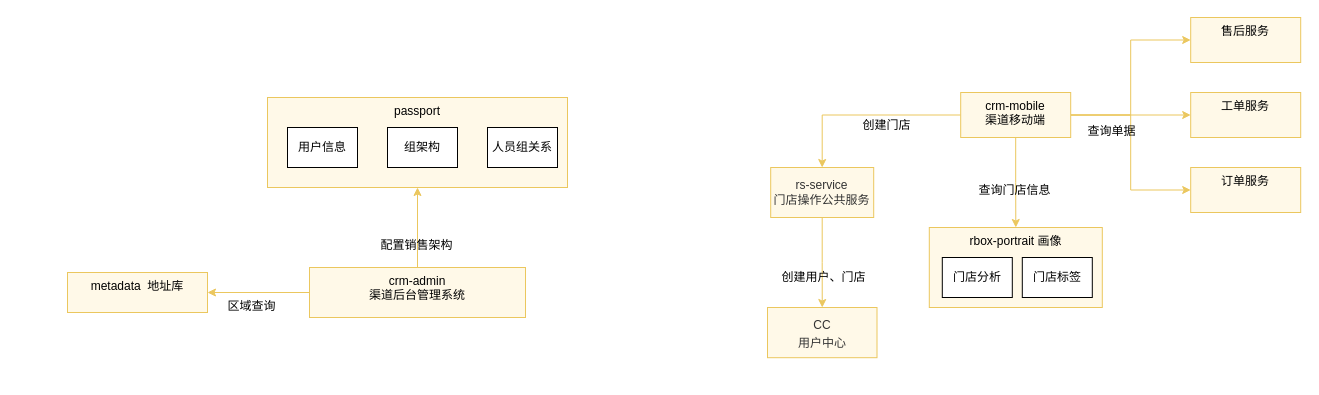
This is 未命名绘图.drawio from shixiaoding/draw, a draw.io file, before an edit. Source tidied: cells renumbered, new cells numbered last; positions are measured from the earlier drawing's top-left corner, leaving out a move shared by most shapes. Both pictures are drawn from the tidied source at 100%, with x=0, y=0 at pixel (67, 17).
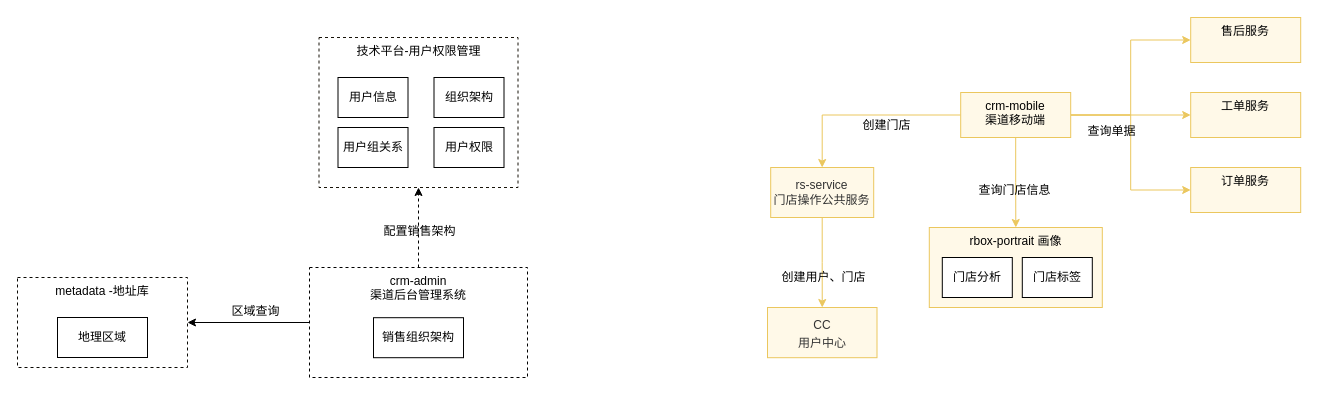
The same page after the edit.

Commit message (it also covers changes not shown here):
更新未命名绘图.drawio

Diff of the diagram source:
```diff
@@
-    <mxCell id="2" style="edgeStyle=orthogonalEdgeStyle;rounded=0;jettySize=auto;html=1;entryX=0.5;entryY=1;entryDx=0;entryDy=0;strokeColor=#EBC75E;align=center;verticalAlign=top;fontFamily=Helvetica;fontSize=12;fontColor=default;labelBackgroundColor=none;endArrow=classic;fillColor=#FFF9E8;" parent="1" edge="1" source="6" target="7">
+    <mxCell id="2" style="edgeStyle=orthogonalEdgeStyle;rounded=0;jettySize=auto;html=1;entryX=0.5;entryY=1;entryDx=0;entryDy=0;strokeColor=#000000;align=center;verticalAlign=top;fontFamily=Helvetica;fontSize=12;fontColor=default;labelBackgroundColor=none;endArrow=classic;fillColor=#FFF9E8;dashed=1;" parent="1" edge="1" source="6" target="7">
       <mxGeometry relative="1" as="geometry" />
     </mxCell>
     <mxCell id="3" value="配置销售架构" style="edgeLabel;html=1;align=center;verticalAlign=top;rounded=0;strokeColor=#EBC75E;fontFamily=Helvetica;fontSize=12;fontColor=default;labelBackgroundColor=none;fillColor=#FFF9E8;" parent="2" vertex="1">
-      <mxGeometry x="-0.09" y="2" relative="1" as="geometry" />
+      <mxGeometry x="-0.09" y="2" relative="1" as="geometry">
+        <mxPoint x="2" y="-14" as="offset" />
+      </mxGeometry>
     </mxCell>
-    <mxCell id="4" style="edgeStyle=orthogonalEdgeStyle;rounded=0;jettySize=auto;html=1;entryX=1;entryY=0.5;entryDx=0;entryDy=0;strokeColor=#EBC75E;align=center;verticalAlign=top;fontFamily=Helvetica;fontSize=12;fontColor=default;labelBackgroundColor=none;endArrow=classic;fillColor=#FFF9E8;" parent="1" edge="1" source="6" target="24">
+    <mxCell id="4" style="edgeStyle=orthogonalEdgeStyle;rounded=0;jettySize=auto;html=1;entryX=1;entryY=0.5;entryDx=0;entryDy=0;strokeColor=#000000;align=center;verticalAlign=top;fontFamily=Helvetica;fontSize=12;fontColor=default;labelBackgroundColor=none;endArrow=classic;fillColor=#FFF9E8;" parent="1" edge="1" source="6" target="24">
       <mxGeometry relative="1" as="geometry" />
     </mxCell>
     <mxCell id="5" value="区域查询" style="edgeLabel;html=1;align=center;verticalAlign=top;rounded=0;strokeColor=#EBC75E;fontFamily=Helvetica;fontSize=12;fontColor=default;labelBackgroundColor=none;fillColor=#FFF9E8;" parent="4" vertex="1">
       <mxGeometry x="-0.14" y="3" relative="1" as="geometry">
-        <mxPoint x="-15" y="-3" as="offset" />
+        <mxPoint x="-3" y="-28" as="offset" />
       </mxGeometry>
     </mxCell>
-    <mxCell id="6" value="crm-admin &lt;br&gt;渠道后台管理系统" style="rounded=0;whiteSpace=wrap;html=1;labelBackgroundColor=none;fillColor=#FFF9E8;strokeColor=#EBC75E;align=center;verticalAlign=top;fontFamily=Helvetica;fontSize=12;fontColor=default;" parent="1" vertex="1">
-      <mxGeometry x="242" y="250" width="216" height="50" as="geometry" />
+    <mxCell id="6" value="crm-admin &lt;br&gt;渠道后台管理系统" style="rounded=0;whiteSpace=wrap;html=1;labelBackgroundColor=none;fillColor=none;strokeColor=default;align=center;verticalAlign=top;fontFamily=Helvetica;fontSize=12;fontColor=default;dashed=1;" parent="1" vertex="1">
+      <mxGeometry x="242" y="250" width="218" height="110" as="geometry" />
     </mxCell>
-    <mxCell id="7" value="passport" style="rounded=0;whiteSpace=wrap;html=1;labelBackgroundColor=none;fillColor=#FFF9E8;strokeColor=#EBC75E;verticalAlign=top;" parent="1" vertex="1">
-      <mxGeometry x="200" y="80" width="300" height="90" as="geometry" />
-    </mxCell>
@@
-    <mxCell id="21" value="用户信息" style="rounded=0;whiteSpace=wrap;html=1;" parent="1" vertex="1">
-      <mxGeometry x="220" y="110" width="70" height="40" as="geometry" />
-    </mxCell>
-    <mxCell id="22" value="组架构" style="rounded=0;whiteSpace=wrap;html=1;" parent="1" vertex="1">
-      <mxGeometry x="320" y="110" width="70" height="40" as="geometry" />
-    </mxCell>
-    <mxCell id="23" value="人员组关系" style="rounded=0;whiteSpace=wrap;html=1;" parent="1" vertex="1">
-      <mxGeometry x="420" y="110" width="70" height="40" as="geometry" />
-    </mxCell>
-    <mxCell id="24" value="metadata&amp;nbsp; 地址库" style="rounded=0;whiteSpace=wrap;html=1;strokeColor=#EBC75E;align=center;verticalAlign=top;fontFamily=Helvetica;fontSize=12;fontColor=default;labelBackgroundColor=none;fillColor=#FFF9E8;" parent="1" vertex="1">
-      <mxGeometry y="255" width="140" height="40" as="geometry" />
-    </mxCell>
@@
+    <mxCell id="32" style="group;" parent="1" vertex="1">
+      <mxGeometry x="251.5" y="20" width="199" height="150" as="geometry" />
+    </mxCell>
+    <mxCell id="7" value="技术平台-用户权限管理" style="rounded=0;whiteSpace=wrap;html=1;labelBackgroundColor=none;fillColor=none;strokeColor=#171309;verticalAlign=top;dashed=1;" parent="32" vertex="1">
+      <mxGeometry width="199" height="150" as="geometry" />
+    </mxCell>
+    <mxCell id="21" value="用户信息" style="rounded=0;whiteSpace=wrap;html=1;" parent="32" vertex="1">
+      <mxGeometry x="19" y="40" width="70" height="40" as="geometry" />
+    </mxCell>
+    <mxCell id="22" value="组织架构" style="rounded=0;whiteSpace=wrap;html=1;" parent="32" vertex="1">
+      <mxGeometry x="115" y="40" width="70" height="40" as="geometry" />
+    </mxCell>
+    <mxCell id="23" value="用户组关系" style="rounded=0;whiteSpace=wrap;html=1;" parent="32" vertex="1">
+      <mxGeometry x="19" y="90" width="70" height="40" as="geometry" />
+    </mxCell>
+    <mxCell id="33" value="用户权限" style="rounded=0;whiteSpace=wrap;html=1;" parent="32" vertex="1">
+      <mxGeometry x="115" y="90" width="70" height="40" as="geometry" />
+    </mxCell>
+    <mxCell id="34" value="销售组织架构" style="rounded=0;whiteSpace=wrap;html=1;" parent="1" vertex="1">
+      <mxGeometry x="306" y="300.2" width="90" height="40" as="geometry" />
+    </mxCell>
+    <mxCell id="35" style="group;" parent="1" vertex="1">
+      <mxGeometry x="-50" y="260" width="170" height="90" as="geometry" />
+    </mxCell>
+    <mxCell id="24" value="metadata -地址库" style="rounded=0;whiteSpace=wrap;html=1;strokeColor=#0A0904;align=center;verticalAlign=top;fontFamily=Helvetica;fontSize=12;fontColor=default;labelBackgroundColor=none;fillColor=none;gradientColor=none;dashed=1;" parent="35" vertex="1">
+      <mxGeometry width="170" height="90" as="geometry" />
+    </mxCell>
+    <mxCell id="36" value="地理区域" style="rounded=0;whiteSpace=wrap;html=1;" parent="35" vertex="1">
+      <mxGeometry x="40" y="40" width="90" height="40" as="geometry" />
+    </mxCell>
```
